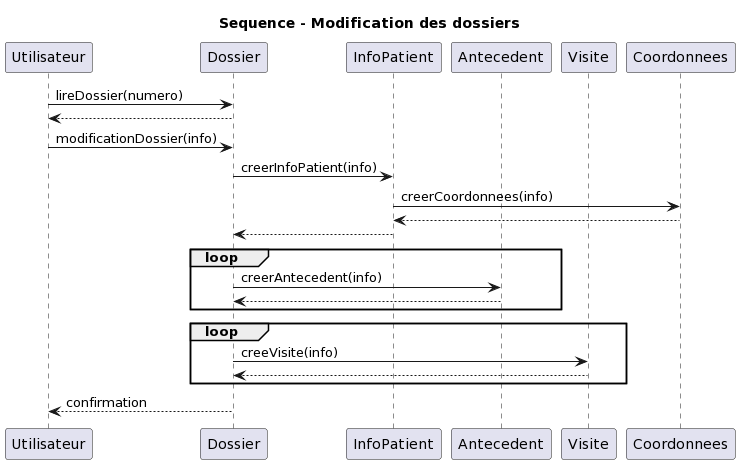
Before: diagrammes/SEQMOD.png, a diagram exported from PlantUML (vbrayuqam/projet-genielog). Its diagram source:
```plantuml
@startuml
title Sequence - Modification des dossiers

participant Utilisateur as U
participant Dossier as D
participant InfoPatient as I
participant Antecedent as A
participant Visite as V
participant Coordonnees as C

U -> D: lireDossier(numero)
D --> U
U -> D: modificationDossier(info)
D -> I: creerInfoPatient(info)
I -> C: creerCoordonnees(info)
C --> I
I --> D
loop
    D -> A: creerAntecedent(info)
    A --> D
end
loop
    D -> V: creeVisite(info)
    V --> D
end
D --> U: confirmation
@enduml
```
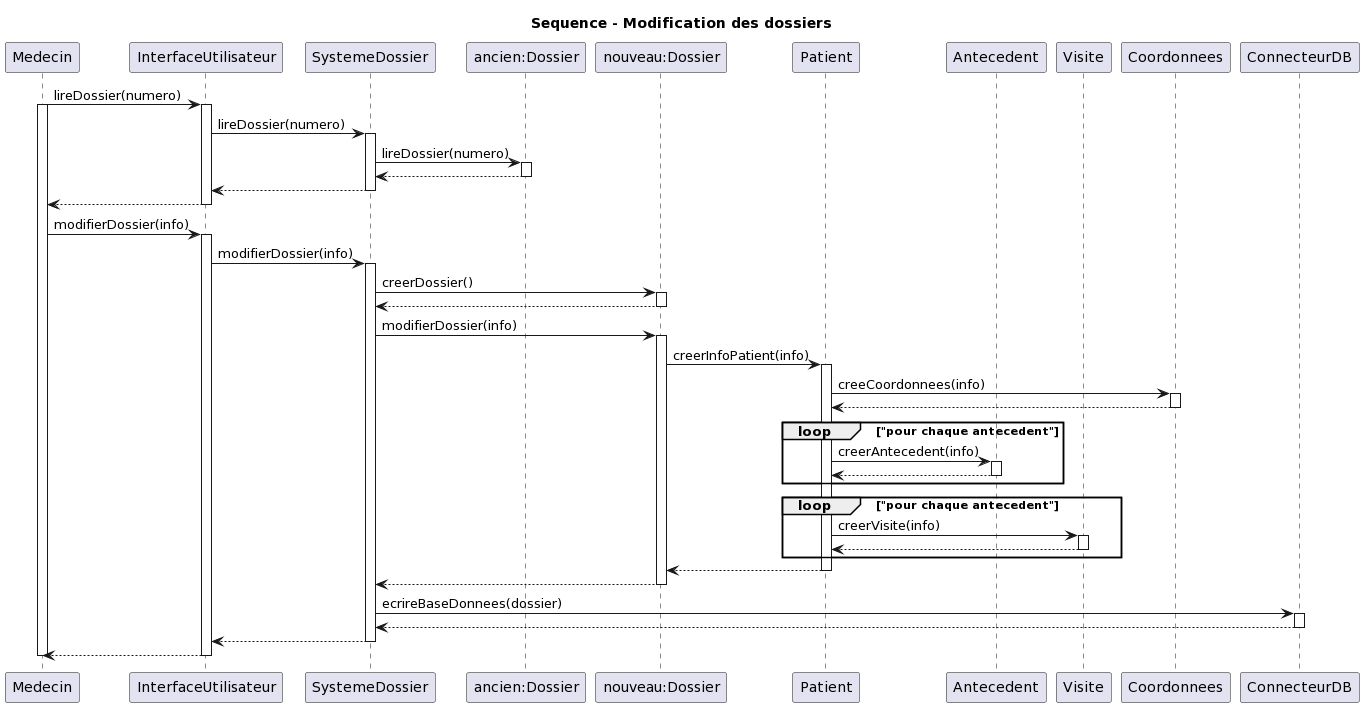
Above is the later version.

Commit message:
diag seq modif

The edit, as a diff of the source:
```diff
@@ -1,27 +1,73 @@
 @startuml
 title Sequence - Modification des dossiers
 
-participant Utilisateur as U
-participant Dossier as D
-participant InfoPatient as I
+participant Medecin as M
+participant InterfaceUtilisateur as U
+participant SystemeDossier as S
+participant "ancien:Dossier" as D
+participant "nouveau:Dossier" as D2
+participant Patient as P
 participant Antecedent as A
 participant Visite as V
 participant Coordonnees as C
+participant ConnecteurDB as DB
 
-U -> D: lireDossier(numero)
-D --> U
-U -> D: modificationDossier(info)
-D -> I: creerInfoPatient(info)
-I -> C: creerCoordonnees(info)
-C --> I
-I --> D
-loop
-    D -> A: creerAntecedent(info)
-    A --> D
-end
-loop
-    D -> V: creeVisite(info)
-    V --> D
-end
-D --> U: confirmation
+
+M -> U: lireDossier(numero)
+activate M
+activate U
+U -> S: lireDossier(numero)
+activate S
+S -> D: lireDossier(numero)
+activate D
+D --> S
+deactivate D
+S --> U
+deactivate S
+U --> M
+deactivate U
+M -> U: modifierDossier(info)
+activate U
+U -> S: modifierDossier(info)
+activate S
+S -> D2: creerDossier()
+activate D2
+D2 --> S
+deactivate D2
+S -> D2: modifierDossier(info)
+activate D2
+D2 -> P: creerInfoPatient(info)
+activate P
+P -> C: creeCoordonnees(info)
+activate C
+C --> P
+deactivate C
+
+loop "pour chaque antecedent"
+  P -> A: creerAntecedent(info)
+  activate A
+  A --> P
+  deactivate A
+end loop
+
+loop "pour chaque antecedent"
+  P -> V: creerVisite(info)
+  activate V
+  V --> P
+  deactivate V
+end loop
+
+P --> D2
+deactivate P
+D2 --> S
+deactivate D2
+S -> DB: ecrireBaseDonnees(dossier)
+activate DB
+DB --> S
+deactivate DB
+S --> U
+deactivate S
+U --> M
+deactivate U
+deactivate M
 @enduml
```
